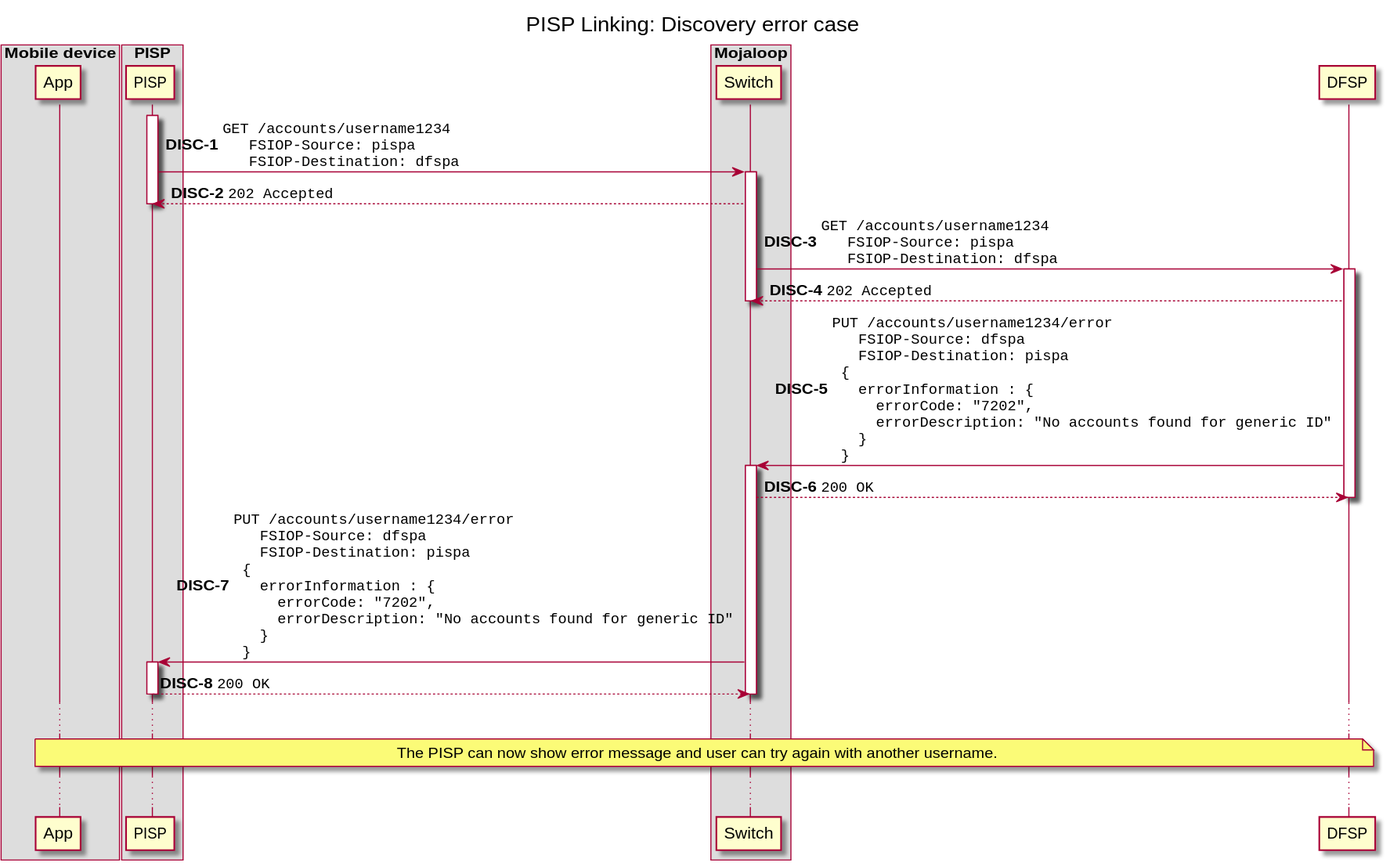
Above: docs/out/linking/error_scenarios/1-discovery-error.svg in mojaloop/pisp-project (PlantUML), before the change. Its source is kept beside it as docs/linking/error_scenarios/1-discovery-error.puml.
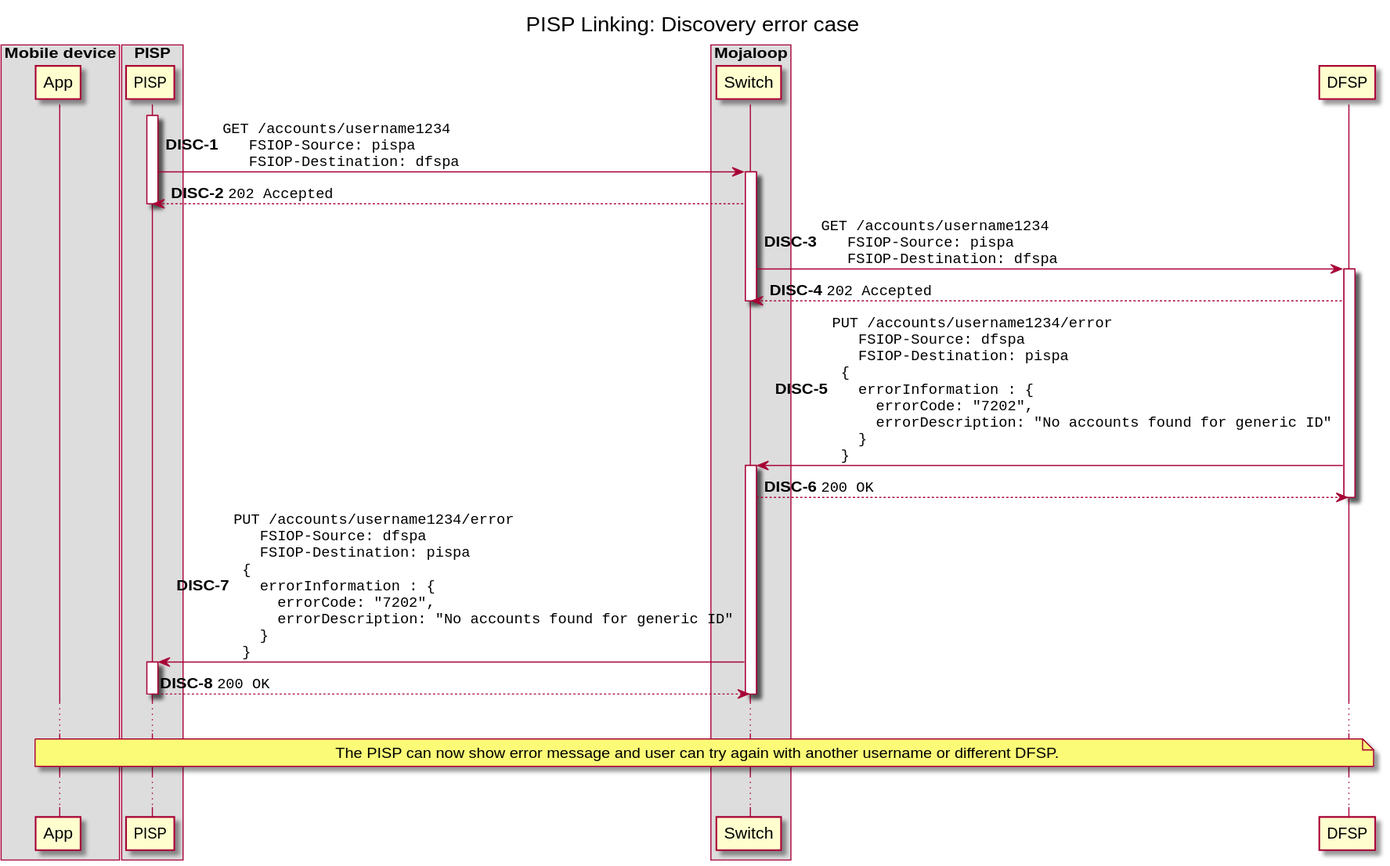
After the commit.

Commit message:
chore: add consentRequests error codes

Diff of the diagram source:
```diff
@@ -59,7 +59,7 @@
 ...
 
 note over App, DFSP
-  The PISP can now show error message and user can try again with another username.
+  The PISP can now show error message and user can try again with another username or different DFSP.
 end note
 
 ...
```
